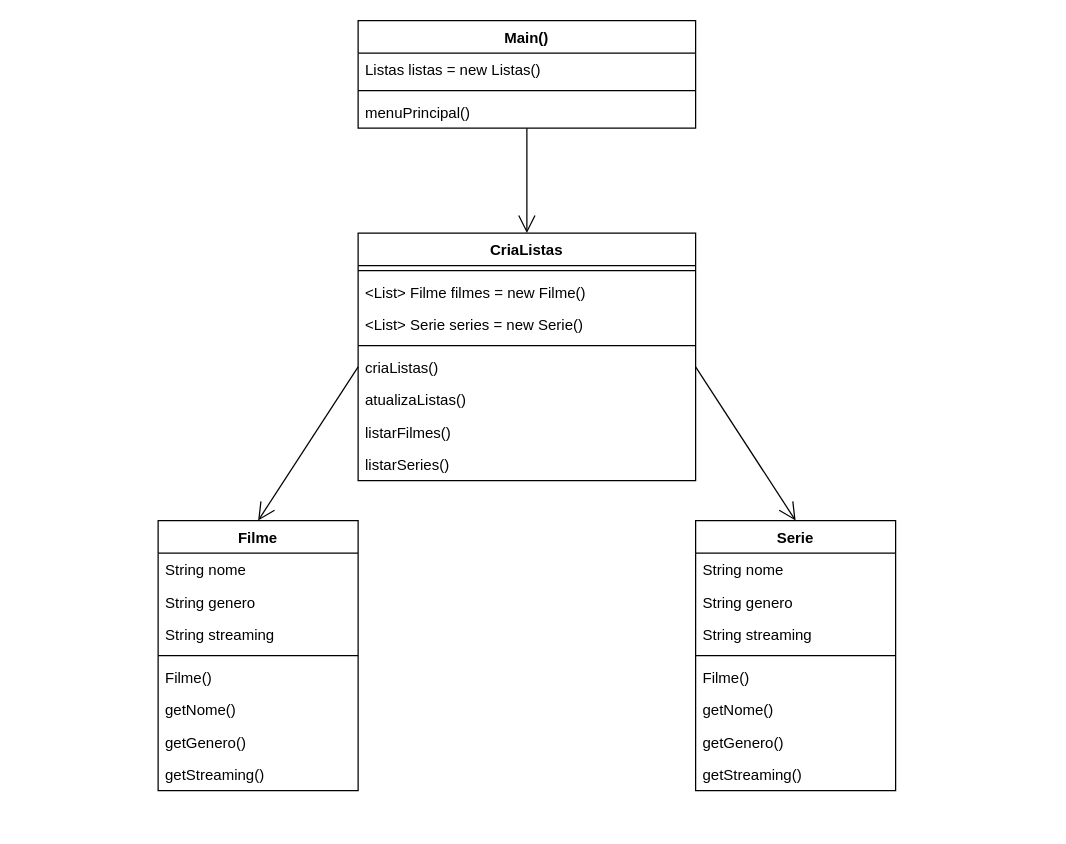
The draw.io diagram Curso Técnico - SENAC/Projeto Integrador/Projeto Integrador 2  - Assistente de Desenvolvimento de Sistemas/Etapa 2/Diagramas/UML.drawio in ClaudemirWS/Praticando_Java, before the edit. Source tidied: cells renumbered, new cells numbered last; positions are measured from the earlier drawing's top-left corner, leaving out a move shared by most shapes. Both pictures are drawn from the tidied source at 125%, with x=0, y=0 at pixel (158, 20).
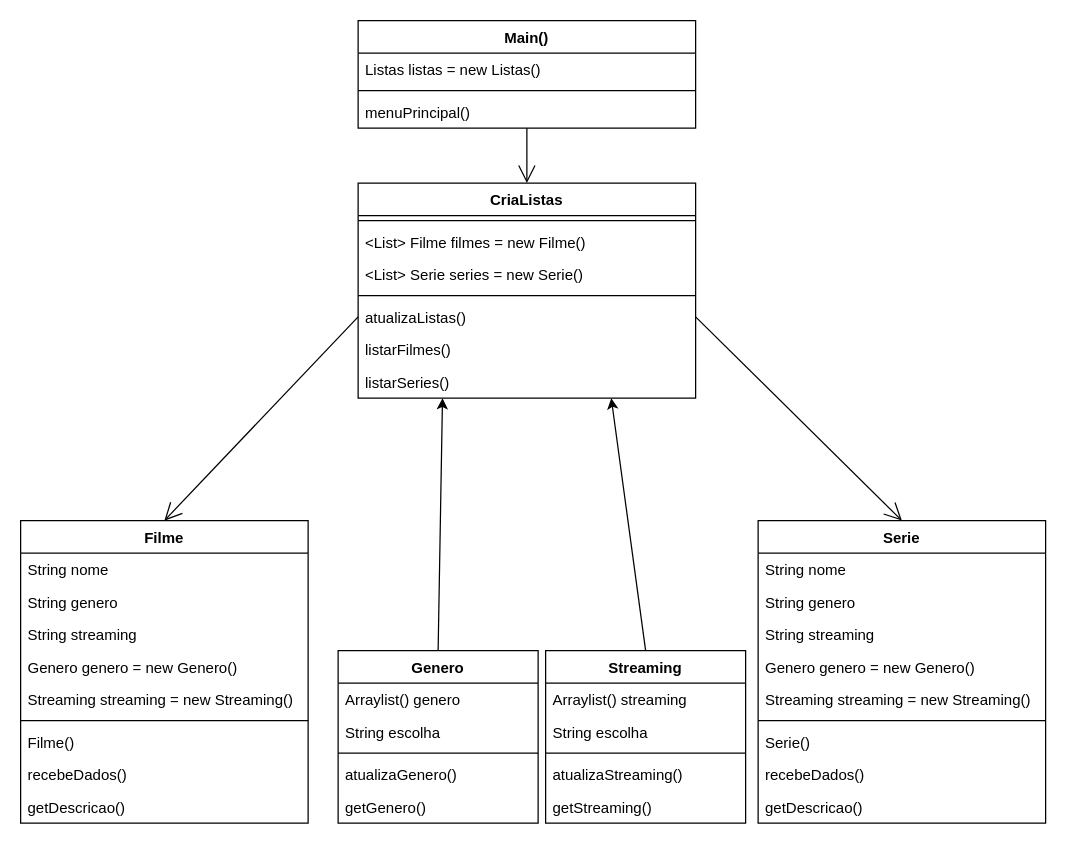
Above is the later version.

What changed in the source:
```diff
@@
     <mxCell id="6" value="CriaListas" style="swimlane;fontStyle=1;align=center;verticalAlign=top;horizontal=1;startSize=26;" parent="1" vertex="1">
-      <mxGeometry x="160" y="170" width="270" height="198" as="geometry" />
+      <mxGeometry x="160" y="130" width="270" height="172" as="geometry" />
     </mxCell>
@@
-    <mxCell id="11" value="criaListas()" style="text;strokeColor=none;fillColor=none;align=left;verticalAlign=top;spacingLeft=4;spacingRight=4;overflow=hidden;points=[[0,0.5],[1,0.5]];portConstraint=eastwest;" parent="6" vertex="1">
-      <mxGeometry y="94" width="270" height="26" as="geometry" />
-    </mxCell>
     <mxCell id="12" value="atualizaListas()" style="text;strokeColor=none;fillColor=none;align=left;verticalAlign=top;spacingLeft=4;spacingRight=4;overflow=hidden;" parent="6" vertex="1">
-      <mxGeometry y="120" width="270" height="26" as="geometry" />
+      <mxGeometry y="94" width="270" height="26" as="geometry" />
     </mxCell>
     <mxCell id="13" value="listarFilmes()" style="text;strokeColor=none;fillColor=none;align=left;verticalAlign=top;spacingLeft=4;spacingRight=4;overflow=hidden;" parent="6" vertex="1">
-      <mxGeometry y="146" width="270" height="26" as="geometry" />
+      <mxGeometry y="120" width="270" height="26" as="geometry" />
     </mxCell>
     <mxCell id="14" value="listarSeries()" style="text;strokeColor=none;fillColor=none;align=left;verticalAlign=top;spacingLeft=4;spacingRight=4;overflow=hidden;" parent="6" vertex="1">
-      <mxGeometry y="172" width="270" height="26" as="geometry" />
+      <mxGeometry y="146" width="270" height="26" as="geometry" />
     </mxCell>
     <mxCell id="15" value="Filme" style="swimlane;fontStyle=1;align=center;verticalAlign=top;horizontal=1;startSize=26;" parent="1" vertex="1">
-      <mxGeometry y="400" width="160" height="216" as="geometry" />
+      <mxGeometry x="-110" y="400" width="230" height="242" as="geometry" />
     </mxCell>
     <mxCell id="16" value="String nome" style="text;strokeColor=none;fillColor=none;align=left;verticalAlign=top;spacingLeft=4;spacingRight=4;overflow=hidden;" parent="15" vertex="1">
-      <mxGeometry y="26" width="160" height="26" as="geometry" />
+      <mxGeometry y="26" width="230" height="26" as="geometry" />
     </mxCell>
     <mxCell id="17" value="String genero" style="text;strokeColor=none;fillColor=none;align=left;verticalAlign=top;spacingLeft=4;spacingRight=4;overflow=hidden;" parent="15" vertex="1">
-      <mxGeometry y="52" width="160" height="26" as="geometry" />
+      <mxGeometry y="52" width="230" height="26" as="geometry" />
     </mxCell>
     <mxCell id="18" value="String streaming" style="text;strokeColor=none;fillColor=none;align=left;verticalAlign=top;spacingLeft=4;spacingRight=4;overflow=hidden;" parent="15" vertex="1">
-      <mxGeometry y="78" width="160" height="26" as="geometry" />
+      <mxGeometry y="78" width="230" height="26" as="geometry" />
     </mxCell>
+    <mxCell id="36" value="Genero genero = new Genero()" style="text;strokeColor=none;fillColor=none;align=left;verticalAlign=top;spacingLeft=4;spacingRight=4;overflow=hidden;" parent="15" vertex="1">
+      <mxGeometry y="104" width="230" height="26" as="geometry" />
+    </mxCell>
+    <mxCell id="37" value="Streaming streaming = new Streaming()" style="text;strokeColor=none;fillColor=none;align=left;verticalAlign=top;spacingLeft=4;spacingRight=4;overflow=hidden;" parent="15" vertex="1">
+      <mxGeometry y="130" width="230" height="26" as="geometry" />
+    </mxCell>
     <mxCell id="19" style="line;strokeWidth=1;fillColor=none;align=left;verticalAlign=middle;spacingTop=-1;spacingLeft=3;spacingRight=3;labelPosition=right;strokeColor=inherit;" parent="15" vertex="1">
-      <mxGeometry y="104" width="160" height="8" as="geometry" />
+      <mxGeometry y="156" width="230" height="8" as="geometry" />
     </mxCell>
     <mxCell id="20" value="Filme()" style="text;strokeColor=none;fillColor=none;align=left;verticalAlign=top;spacingLeft=4;spacingRight=4;overflow=hidden;" parent="15" vertex="1">
-      <mxGeometry y="112" width="160" height="26" as="geometry" />
+      <mxGeometry y="164" width="230" height="26" as="geometry" />
     </mxCell>
-    <mxCell id="21" value="getNome()" style="text;strokeColor=none;fillColor=none;align=left;verticalAlign=top;spacingLeft=4;spacingRight=4;overflow=hidden;" parent="15" vertex="1">
-      <mxGeometry y="138" width="160" height="26" as="geometry" />
+    <mxCell id="21" value="recebeDados()" style="text;strokeColor=none;fillColor=none;align=left;verticalAlign=top;spacingLeft=4;spacingRight=4;overflow=hidden;" parent="15" vertex="1">
+      <mxGeometry y="190" width="230" height="26" as="geometry" />
     </mxCell>
-    <mxCell id="22" value="getGenero()" style="text;strokeColor=none;fillColor=none;align=left;verticalAlign=top;spacingLeft=4;spacingRight=4;overflow=hidden;" parent="15" vertex="1">
-      <mxGeometry y="164" width="160" height="26" as="geometry" />
+    <mxCell id="22" value="getDescricao()" style="text;strokeColor=none;fillColor=none;align=left;verticalAlign=top;spacingLeft=4;spacingRight=4;overflow=hidden;" parent="15" vertex="1">
+      <mxGeometry y="216" width="230" height="26" as="geometry" />
     </mxCell>
-    <mxCell id="23" value="getStreaming()" style="text;strokeColor=none;fillColor=none;align=left;verticalAlign=top;spacingLeft=4;spacingRight=4;overflow=hidden;" parent="15" vertex="1">
-      <mxGeometry y="190" width="160" height="26" as="geometry" />
-    </mxCell>
     <mxCell id="24" value="Serie" style="swimlane;fontStyle=1;align=center;verticalAlign=top;horizontal=1;startSize=26;" parent="1" vertex="1">
-      <mxGeometry x="430" y="400" width="160" height="216" as="geometry" />
+      <mxGeometry x="480" y="400" width="230" height="242" as="geometry" />
     </mxCell>
     <mxCell id="25" value="String nome" style="text;strokeColor=none;fillColor=none;align=left;verticalAlign=top;spacingLeft=4;spacingRight=4;overflow=hidden;" parent="24" vertex="1">
-      <mxGeometry y="26" width="160" height="26" as="geometry" />
+      <mxGeometry y="26" width="230" height="26" as="geometry" />
     </mxCell>
     <mxCell id="26" value="String genero" style="text;strokeColor=none;fillColor=none;align=left;verticalAlign=top;spacingLeft=4;spacingRight=4;overflow=hidden;" parent="24" vertex="1">
-      <mxGeometry y="52" width="160" height="26" as="geometry" />
+      <mxGeometry y="52" width="230" height="26" as="geometry" />
     </mxCell>
     <mxCell id="27" value="String streaming" style="text;strokeColor=none;fillColor=none;align=left;verticalAlign=top;spacingLeft=4;spacingRight=4;overflow=hidden;" parent="24" vertex="1">
-      <mxGeometry y="78" width="160" height="26" as="geometry" />
+      <mxGeometry y="78" width="230" height="26" as="geometry" />
     </mxCell>
+    <mxCell id="38" value="Genero genero = new Genero()" style="text;strokeColor=none;fillColor=none;align=left;verticalAlign=top;spacingLeft=4;spacingRight=4;overflow=hidden;" parent="24" vertex="1">
+      <mxGeometry y="104" width="230" height="26" as="geometry" />
+    </mxCell>
+    <mxCell id="39" value="Streaming streaming = new Streaming()" style="text;strokeColor=none;fillColor=none;align=left;verticalAlign=top;spacingLeft=4;spacingRight=4;overflow=hidden;" parent="24" vertex="1">
+      <mxGeometry y="130" width="230" height="26" as="geometry" />
+    </mxCell>
     <mxCell id="28" style="line;strokeWidth=1;fillColor=none;align=left;verticalAlign=middle;spacingTop=-1;spacingLeft=3;spacingRight=3;labelPosition=right;strokeColor=inherit;" parent="24" vertex="1">
-      <mxGeometry y="104" width="160" height="8" as="geometry" />
+      <mxGeometry y="156" width="230" height="8" as="geometry" />
     </mxCell>
-    <mxCell id="29" value="Filme()" style="text;strokeColor=none;fillColor=none;align=left;verticalAlign=top;spacingLeft=4;spacingRight=4;overflow=hidden;" parent="24" vertex="1">
-      <mxGeometry y="112" width="160" height="26" as="geometry" />
+    <mxCell id="29" value="Serie()" style="text;strokeColor=none;fillColor=none;align=left;verticalAlign=top;spacingLeft=4;spacingRight=4;overflow=hidden;" parent="24" vertex="1">
+      <mxGeometry y="164" width="230" height="26" as="geometry" />
     </mxCell>
-    <mxCell id="30" value="getNome()" style="text;strokeColor=none;fillColor=none;align=left;verticalAlign=top;spacingLeft=4;spacingRight=4;overflow=hidden;" parent="24" vertex="1">
-      <mxGeometry y="138" width="160" height="26" as="geometry" />
+    <mxCell id="30" value="recebeDados()" style="text;strokeColor=none;fillColor=none;align=left;verticalAlign=top;spacingLeft=4;spacingRight=4;overflow=hidden;" parent="24" vertex="1">
+      <mxGeometry y="190" width="230" height="26" as="geometry" />
     </mxCell>
-    <mxCell id="31" value="getGenero()" style="text;strokeColor=none;fillColor=none;align=left;verticalAlign=top;spacingLeft=4;spacingRight=4;overflow=hidden;" parent="24" vertex="1">
-      <mxGeometry y="164" width="160" height="26" as="geometry" />
+    <mxCell id="31" value="getDescricao()" style="text;strokeColor=none;fillColor=none;align=left;verticalAlign=top;spacingLeft=4;spacingRight=4;overflow=hidden;" parent="24" vertex="1">
+      <mxGeometry y="216" width="230" height="26" as="geometry" />
     </mxCell>
-    <mxCell id="32" value="getStreaming()" style="text;strokeColor=none;fillColor=none;align=left;verticalAlign=top;spacingLeft=4;spacingRight=4;overflow=hidden;" parent="24" vertex="1">
-      <mxGeometry y="190" width="160" height="26" as="geometry" />
-    </mxCell>
@@
-    <mxCell id="34" style="endArrow=open;endFill=1;endSize=12;html=1;rounded=0;entryX=0.5;entryY=0;entryDx=0;entryDy=0;exitX=0;exitY=0.5;exitDx=0;exitDy=0;" parent="1" edge="1" source="11" target="15">
-      <mxGeometry relative="1" as="geometry" />
+    <mxCell id="34" style="endArrow=open;endFill=1;endSize=12;html=1;rounded=0;entryX=0.5;entryY=0;entryDx=0;entryDy=0;exitX=0;exitY=0.5;exitDx=0;exitDy=0;" parent="1" edge="1" target="15">
+      <mxGeometry relative="1" as="geometry">
+        <mxPoint x="160" y="237" as="sourcePoint" />
+      </mxGeometry>
     </mxCell>
-    <mxCell id="35" style="endArrow=open;endFill=1;endSize=12;html=1;rounded=0;entryX=0.5;entryY=0;entryDx=0;entryDy=0;exitX=1;exitY=0.5;exitDx=0;exitDy=0;" parent="1" edge="1" source="11" target="24">
-      <mxGeometry relative="1" as="geometry" />
+    <mxCell id="35" style="endArrow=open;endFill=1;endSize=12;html=1;rounded=0;entryX=0.5;entryY=0;entryDx=0;entryDy=0;exitX=1;exitY=0.5;exitDx=0;exitDy=0;" parent="1" edge="1" target="24">
+      <mxGeometry relative="1" as="geometry">
+        <mxPoint x="430" y="237" as="sourcePoint" />
+      </mxGeometry>
     </mxCell>
+    <mxCell id="40" value="Genero" style="swimlane;fontStyle=1;align=center;verticalAlign=top;horizontal=1;startSize=26;" parent="1" vertex="1">
+      <mxGeometry x="144" y="504" width="160" height="138" as="geometry" />
+    </mxCell>
+    <mxCell id="41" value="Arraylist() genero" style="text;strokeColor=none;fillColor=none;align=left;verticalAlign=top;spacingLeft=4;spacingRight=4;overflow=hidden;" parent="40" vertex="1">
+      <mxGeometry y="26" width="160" height="26" as="geometry" />
+    </mxCell>
+    <mxCell id="42" value="String escolha" style="text;strokeColor=none;fillColor=none;align=left;verticalAlign=top;spacingLeft=4;spacingRight=4;overflow=hidden;" parent="40" vertex="1">
+      <mxGeometry y="52" width="160" height="26" as="geometry" />
+    </mxCell>
+    <mxCell id="43" style="line;strokeWidth=1;fillColor=none;align=left;verticalAlign=middle;spacingTop=-1;spacingLeft=3;spacingRight=3;labelPosition=right;strokeColor=inherit;" parent="40" vertex="1">
+      <mxGeometry y="78" width="160" height="8" as="geometry" />
+    </mxCell>
+    <mxCell id="44" value="atualizaGenero()" style="text;strokeColor=none;fillColor=none;align=left;verticalAlign=top;spacingLeft=4;spacingRight=4;overflow=hidden;" parent="40" vertex="1">
+      <mxGeometry y="86" width="160" height="26" as="geometry" />
+    </mxCell>
+    <mxCell id="45" value="getGenero()" style="text;strokeColor=none;fillColor=none;align=left;verticalAlign=top;spacingLeft=4;spacingRight=4;overflow=hidden;" parent="40" vertex="1">
+      <mxGeometry y="112" width="160" height="26" as="geometry" />
+    </mxCell>
+    <mxCell id="46" value="Streaming" style="swimlane;fontStyle=1;align=center;verticalAlign=top;horizontal=1;startSize=26;" parent="1" vertex="1">
+      <mxGeometry x="310" y="504" width="160" height="138" as="geometry" />
+    </mxCell>
+    <mxCell id="47" value="Arraylist() streaming" style="text;strokeColor=none;fillColor=none;align=left;verticalAlign=top;spacingLeft=4;spacingRight=4;overflow=hidden;" parent="46" vertex="1">
+      <mxGeometry y="26" width="160" height="26" as="geometry" />
+    </mxCell>
+    <mxCell id="48" value="String escolha" style="text;strokeColor=none;fillColor=none;align=left;verticalAlign=top;spacingLeft=4;spacingRight=4;overflow=hidden;" parent="46" vertex="1">
+      <mxGeometry y="52" width="160" height="26" as="geometry" />
+    </mxCell>
+    <mxCell id="49" style="line;strokeWidth=1;fillColor=none;align=left;verticalAlign=middle;spacingTop=-1;spacingLeft=3;spacingRight=3;labelPosition=right;strokeColor=inherit;" parent="46" vertex="1">
+      <mxGeometry y="78" width="160" height="8" as="geometry" />
+    </mxCell>
+    <mxCell id="50" value="atualizaStreaming()" style="text;strokeColor=none;fillColor=none;align=left;verticalAlign=top;spacingLeft=4;spacingRight=4;overflow=hidden;" parent="46" vertex="1">
+      <mxGeometry y="86" width="160" height="26" as="geometry" />
+    </mxCell>
+    <mxCell id="51" value="getStreaming()" style="text;strokeColor=none;fillColor=none;align=left;verticalAlign=top;spacingLeft=4;spacingRight=4;overflow=hidden;" parent="46" vertex="1">
+      <mxGeometry y="112" width="160" height="26" as="geometry" />
+    </mxCell>
+    <mxCell id="52" style="endArrow=classic;html=1;rounded=0;exitX=0.5;exitY=0;exitDx=0;exitDy=0;entryX=0.25;entryY=1;entryDx=0;entryDy=0;" parent="1" edge="1" source="40" target="6">
+      <mxGeometry relative="1" as="geometry" />
+    </mxCell>
+    <mxCell id="53" style="endArrow=classic;html=1;rounded=0;exitX=0.5;exitY=0;exitDx=0;exitDy=0;entryX=0.75;entryY=1;entryDx=0;entryDy=0;" parent="1" edge="1" source="46" target="6">
+      <mxGeometry relative="1" as="geometry" />
+    </mxCell>
```
